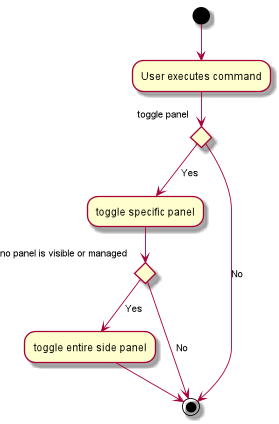
This is docs/images/ToggleActivityDiagram.png from nus-cs2103-AY1920S1/addressbook-level3, a PlantUML export, as it was before one commit. Source of this version:
```plantuml
@startuml
(*)  --> "User executes command"
if "toggle panel" then
--> [Yes] "toggle specific panel"
    if "no panel is visible or managed" then
        --> [Yes] "toggle entire side panel"
        --> (*)
        else
        --> [No] (*)
     endif
else
--> [No] (*)
endif

@enduml
```
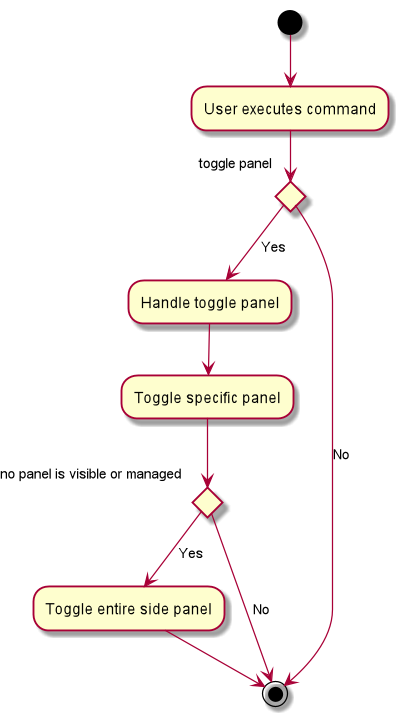
The same file after the commit.

Commit message:
Modify DG on Toggle Panel Command

Change to the diagram source:
```diff
@@ -1,9 +1,10 @@
 @startuml
 (*)  --> "User executes command"
 if "toggle panel" then
---> [Yes] "toggle specific panel"
+--> [Yes] "Handle toggle panel"
+--> "Toggle specific panel"
     if "no panel is visible or managed" then
-        --> [Yes] "toggle entire side panel"
+        --> [Yes] "Toggle entire side panel"
         --> (*)
         else
         --> [No] (*)
```
